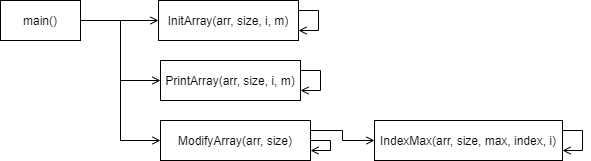
Above: Lab6.2.2/structure.png in fhctyw/Lab6.2 (draw.io), before the change. Source tidied: cells renumbered, new cells last; positions are measured from the earlier drawing's top-left corner, leaving out a move shared by most shapes.
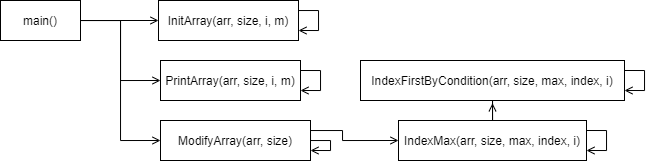
The same diagram one commit later.

The edit, as a diff of the source:
```diff
@@ -60,18 +60,34 @@
         </Array>
       </mxGeometry>
     </mxCell>
+    <mxCell id="15" style="edgeStyle=orthogonalEdgeStyle;rounded=0;jettySize=auto;html=1;entryX=0.5;entryY=1.07;entryDx=0;entryDy=0;entryPerimeter=0;endArrow=open;endFill=0;" parent="1" edge="1" source="13" target="16">
+      <mxGeometry relative="1" as="geometry" />
+    </mxCell>
     <mxCell id="13" value="IndexMax(arr, size, max, index, i)" style="rounded=0;whiteSpace=wrap;html=1;" parent="1" vertex="1">
-      <mxGeometry x="374" y="120" width="188" height="40" as="geometry" />
+      <mxGeometry x="398" y="120" width="188" height="40" as="geometry" />
     </mxCell>
     <mxCell id="14" style="edgeStyle=orthogonalEdgeStyle;rounded=0;orthogonalLoop=1;jettySize=auto;html=1;entryX=1;entryY=0.75;entryDx=0;entryDy=0;endArrow=open;endFill=0;" parent="1" edge="1">
       <mxGeometry relative="1" as="geometry">
-        <mxPoint x="562" y="130" as="sourcePoint" />
-        <mxPoint x="562" y="150" as="targetPoint" />
+        <mxPoint x="586" y="130" as="sourcePoint" />
+        <mxPoint x="586" y="150" as="targetPoint" />
         <Array as="points">
-          <mxPoint x="582" y="130" />
-          <mxPoint x="582" y="150" />
+          <mxPoint x="606" y="130" />
+          <mxPoint x="606" y="150" />
         </Array>
       </mxGeometry>
     </mxCell>
+    <mxCell id="16" value="IndexFirstByCondition(arr, size, max, index, i)" style="rounded=0;whiteSpace=wrap;html=1;" parent="1" vertex="1">
+      <mxGeometry x="360" y="60" width="264" height="40" as="geometry" />
+    </mxCell>
+    <mxCell id="17" style="edgeStyle=orthogonalEdgeStyle;rounded=0;orthogonalLoop=1;jettySize=auto;html=1;entryX=1;entryY=0.75;entryDx=0;entryDy=0;endArrow=open;endFill=0;" parent="1" edge="1">
+      <mxGeometry relative="1" as="geometry">
+        <mxPoint x="624" y="70" as="sourcePoint" />
+        <mxPoint x="624" y="90" as="targetPoint" />
+        <Array as="points">
+          <mxPoint x="644" y="70" />
+          <mxPoint x="644" y="90" />
+        </Array>
+      </mxGeometry>
+    </mxCell>
   </root>
 </mxGraphModel>
```
